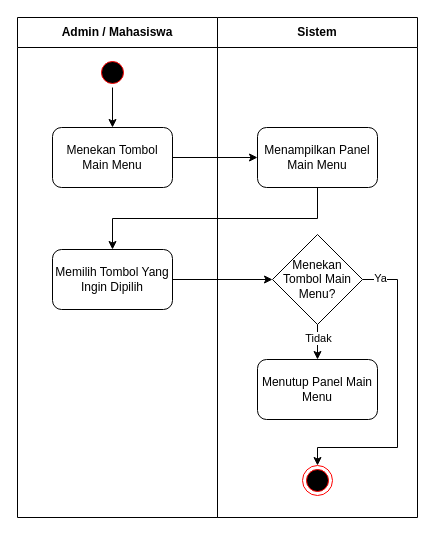
The draw.io diagram skripsi/skripsi/gambar/BAB III/Activity Diagram/Activity Diagram Pause – Main Menu.drawio in hako-975/UNPAM-File, before the edit. Source tidied: cells renumbered, new cells numbered last; positions are measured from the earlier drawing's top-left corner, leaving out a move shared by most shapes. Both pictures are drawn from the tidied source at 100%, with x=0, y=0 at pixel (17, 17).
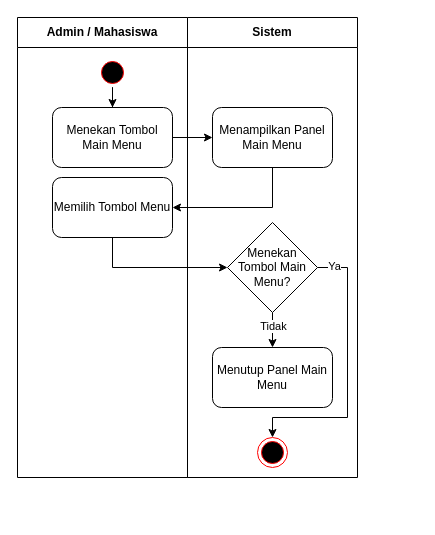
The same page after the edit.

Change to the diagram source:
```diff
@@
     <mxCell id="2" value="Admin / Mahasiswa" style="swimlane;whiteSpace=wrap;html=1;startSize=30;" parent="1" vertex="1">
-      <mxGeometry width="200" height="500" as="geometry" />
+      <mxGeometry width="170" height="460" as="geometry" />
     </mxCell>
@@
     <mxCell id="5" value="Menekan Tombol&lt;div&gt;Main Menu&lt;/div&gt;" style="rounded=1;whiteSpace=wrap;html=1;" parent="2" vertex="1">
-      <mxGeometry x="35" y="110" width="120" height="60" as="geometry" />
+      <mxGeometry x="35" y="90" width="120" height="60" as="geometry" />
     </mxCell>
-    <mxCell id="6" value="Memilih Tombol Yang Ingin Dipilih" style="whiteSpace=wrap;html=1;rounded=1;" parent="2" vertex="1">
-      <mxGeometry x="35" y="232" width="120" height="60" as="geometry" />
+    <mxCell id="6" value="Memilih Tombol Menu" style="whiteSpace=wrap;html=1;rounded=1;" parent="2" vertex="1">
+      <mxGeometry x="35" y="160" width="120" height="60" as="geometry" />
     </mxCell>
     <mxCell id="7" value="Sistem" style="swimlane;whiteSpace=wrap;html=1;startSize=30;" parent="1" vertex="1">
-      <mxGeometry x="200" width="200" height="500" as="geometry" />
+      <mxGeometry x="170" width="170" height="460" as="geometry" />
     </mxCell>
     <mxCell id="8" value="Menampilkan Panel Main Menu" style="whiteSpace=wrap;html=1;rounded=1;" parent="7" vertex="1">
-      <mxGeometry x="40" y="110" width="120" height="60" as="geometry" />
+      <mxGeometry x="25" y="90" width="120" height="60" as="geometry" />
     </mxCell>
     <mxCell id="9" style="ellipse;html=1;shape=endState;fillColor=#000000;strokeColor=#ff0000;" parent="7" vertex="1">
-      <mxGeometry x="85" y="448" width="30" height="30" as="geometry" />
+      <mxGeometry x="70" y="420" width="30" height="30" as="geometry" />
     </mxCell>
     <mxCell id="10" style="edgeStyle=orthogonalEdgeStyle;rounded=0;jettySize=auto;html=1;exitX=1;exitY=0.5;exitDx=0;exitDy=0;entryX=0.5;entryY=0;entryDx=0;entryDy=0;" parent="7" edge="1" source="12" target="9">
       <mxGeometry relative="1" as="geometry">
         <Array as="points">
-          <mxPoint x="180" y="262" />
-          <mxPoint x="180" y="430" />
-          <mxPoint x="100" y="430" />
+          <mxPoint x="160" y="250" />
+          <mxPoint x="160" y="400" />
+          <mxPoint x="85" y="400" />
         </Array>
       </mxGeometry>
     </mxCell>
@@
     <mxCell id="12" value="Menekan Tombol Main Menu?" style="rhombus;whiteSpace=wrap;html=1;" parent="7" vertex="1">
-      <mxGeometry x="55" y="217" width="90" height="90" as="geometry" />
+      <mxGeometry x="40" y="205" width="90" height="90" as="geometry" />
     </mxCell>
     <mxCell id="13" value="Menutup Panel Main Menu" style="whiteSpace=wrap;html=1;rounded=1;" parent="7" vertex="1">
-      <mxGeometry x="40" y="342" width="120" height="60" as="geometry" />
+      <mxGeometry x="25" y="330" width="120" height="60" as="geometry" />
     </mxCell>
@@
-    <mxCell id="17" style="edgeStyle=orthogonalEdgeStyle;rounded=0;jettySize=auto;html=1;exitX=0.5;exitY=1;exitDx=0;exitDy=0;entryX=0.5;entryY=0;entryDx=0;entryDy=0;" parent="1" edge="1" source="8" target="6">
+    <mxCell id="17" style="edgeStyle=orthogonalEdgeStyle;rounded=0;jettySize=auto;html=1;exitX=0.5;exitY=1;exitDx=0;exitDy=0;entryX=1;entryY=0.5;entryDx=0;entryDy=0;" parent="1" edge="1" source="8" target="6">
       <mxGeometry relative="1" as="geometry" />
     </mxCell>
-    <mxCell id="18" style="edgeStyle=orthogonalEdgeStyle;rounded=0;jettySize=auto;html=1;entryX=0;entryY=0.5;entryDx=0;entryDy=0;" parent="1" edge="1" source="6" target="12">
+    <mxCell id="18" style="edgeStyle=orthogonalEdgeStyle;rounded=0;jettySize=auto;html=1;entryX=0;entryY=0.5;entryDx=0;entryDy=0;exitX=0.5;exitY=1;exitDx=0;exitDy=0;" parent="1" edge="1" source="6" target="12">
       <mxGeometry relative="1" as="geometry" />
     </mxCell>
```
